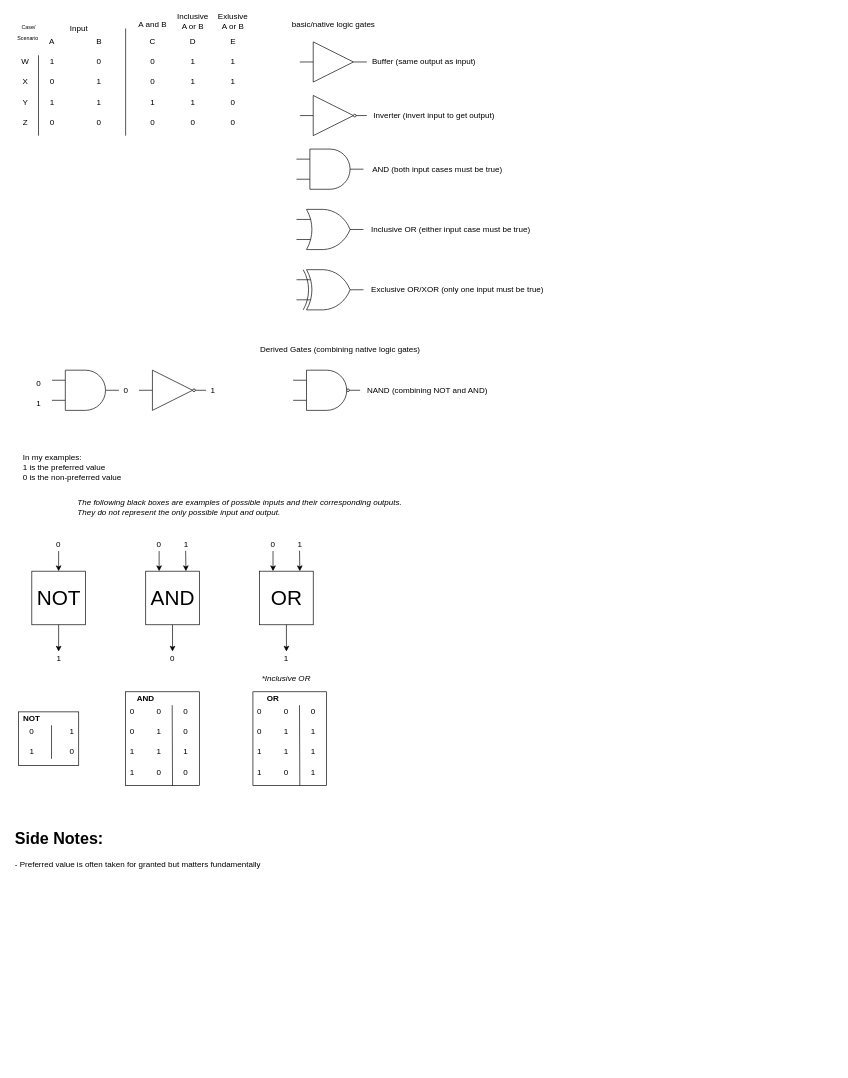
This is CSCS1200 Notes.drawio from patrick965/CSCS1200S21, a draw.io file, before an edit. Source tidied: cells renumbered, new cells numbered last; positions are measured from the earlier drawing's top-left corner, leaving out a move shared by most shapes. Both pictures are drawn from the tidied source at 67%, with x=0, y=0 at pixel (11, 11).
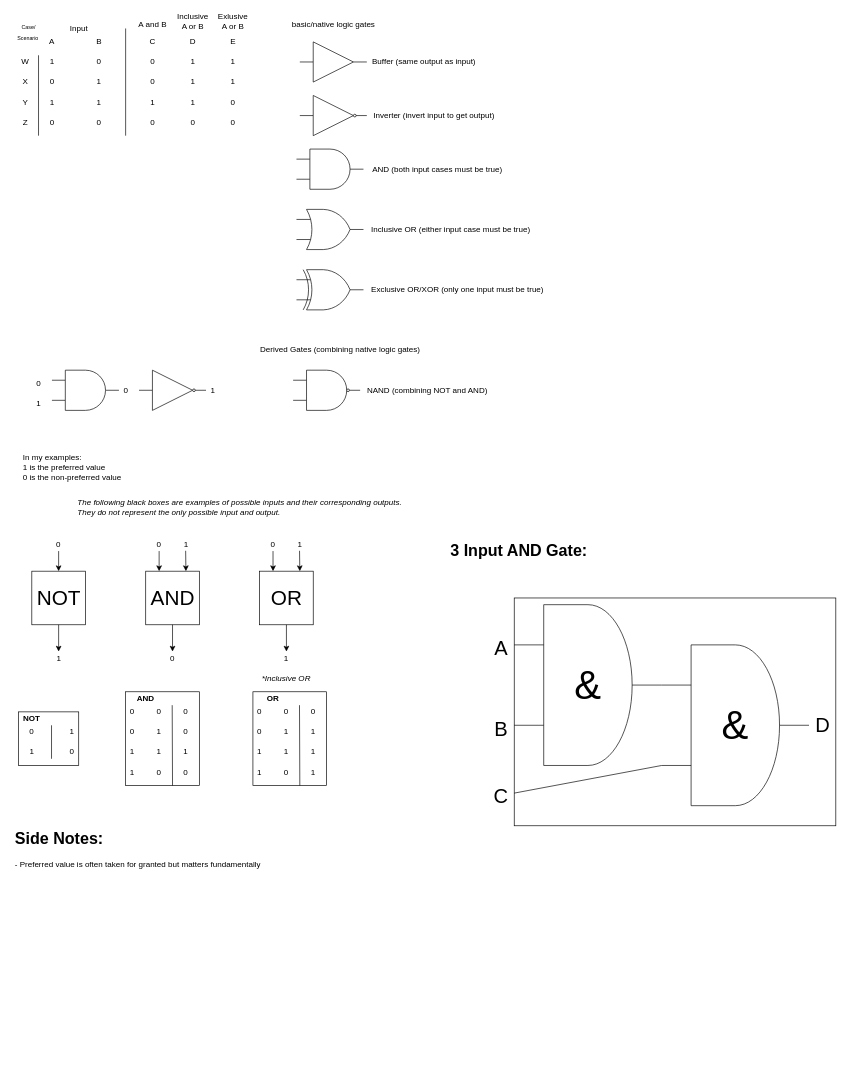
The same page after the edit.

Commit message:
Added 3 input AND gate

What changed in the source:
```diff
@@
+    <mxCell id="121" style="rounded=0;whiteSpace=wrap;html=1;fillColor=none;" parent="1" vertex="1">
+      <mxGeometry x="750" y="875" width="480" height="340" as="geometry" />
+    </mxCell>
@@
     <mxCell id="120" value="&lt;h1&gt;Side Notes:&lt;/h1&gt;&lt;p&gt;- Preferred value is often taken for granted but matters fundamentally&lt;/p&gt;" style="text;html=1;strokeColor=none;fillColor=none;spacing=5;spacingTop=-20;whiteSpace=wrap;overflow=hidden;rounded=0;" parent="1" vertex="1">
-      <mxGeometry y="1215" width="480" height="360" as="geometry" />
+      <mxGeometry y="1215" width="480" height="80" as="geometry" />
     </mxCell>
+    <mxCell id="122" value="&lt;h1&gt;3 Input AND Gate:&lt;/h1&gt;" style="text;html=1;strokeColor=none;fillColor=none;spacing=5;spacingTop=-20;whiteSpace=wrap;overflow=hidden;rounded=0;" parent="1" vertex="1">
+      <mxGeometry x="650" y="785" width="220" height="40" as="geometry" />
+    </mxCell>
+    <mxCell id="123" style="verticalLabelPosition=bottom;shadow=0;dashed=0;align=center;html=1;verticalAlign=top;shape=mxgraph.electrical.logic_gates.logic_gate;operation=and;rounded=0;fillColor=none;" parent="1" vertex="1">
+      <mxGeometry x="750" y="885" width="220" height="240" as="geometry" />
+    </mxCell>
+    <mxCell id="124" value="&lt;font style=&quot;font-size: 30px&quot;&gt;A&lt;/font&gt;" style="text;html=1;align=center;verticalAlign=middle;" parent="1" vertex="1">
+      <mxGeometry x="710" y="935" width="40" height="30" as="geometry" />
+    </mxCell>
+    <mxCell id="125" value="&lt;font style=&quot;font-size: 30px&quot;&gt;B&lt;/font&gt;" style="text;html=1;align=center;verticalAlign=middle;" parent="1" vertex="1">
+      <mxGeometry x="710" y="1055" width="40" height="30" as="geometry" />
+    </mxCell>
+    <mxCell id="126" value="&lt;font style=&quot;font-size: 30px&quot;&gt;C&lt;/font&gt;" style="text;html=1;align=center;verticalAlign=middle;points=[];" parent="1" vertex="1">
+      <mxGeometry x="710" y="1155" width="40" height="30" as="geometry" />
+    </mxCell>
+    <mxCell id="127" style="verticalLabelPosition=bottom;shadow=0;dashed=0;align=center;html=1;verticalAlign=top;shape=mxgraph.electrical.logic_gates.logic_gate;operation=and;rounded=0;fillColor=none;" parent="1" vertex="1">
+      <mxGeometry x="970" y="945" width="220" height="240" as="geometry" />
+    </mxCell>
+    <mxCell id="128" style="endArrow=none;html=1;" parent="1" edge="1" source="126" target="121">
+      <mxGeometry relative="1" as="geometry" />
+    </mxCell>
+    <mxCell id="129" style="endArrow=none;html=1;exitX=0;exitY=0.75;exitDx=0;exitDy=0;exitPerimeter=0;" parent="1" edge="1" source="127" target="126">
+      <mxGeometry relative="1" as="geometry" />
+    </mxCell>
+    <mxCell id="130" value="&lt;font style=&quot;font-size: 30px&quot;&gt;D&lt;/font&gt;" style="text;html=1;align=center;verticalAlign=middle;" parent="1" vertex="1">
+      <mxGeometry x="1190" y="1050" width="40" height="30" as="geometry" />
+    </mxCell>
+    <mxCell id="131" value="&lt;font style=&quot;font-size: 60px&quot;&gt;&amp;amp;&lt;/font&gt;" style="text;html=1;strokeColor=none;fillColor=none;align=center;verticalAlign=middle;whiteSpace=wrap;rounded=0;" parent="1" vertex="1">
+      <mxGeometry x="840" y="995" width="40" height="20" as="geometry" />
+    </mxCell>
+    <mxCell id="132" value="&lt;font style=&quot;font-size: 60px&quot;&gt;&amp;amp;&lt;/font&gt;" style="text;html=1;strokeColor=none;fillColor=none;align=center;verticalAlign=middle;whiteSpace=wrap;rounded=0;" parent="1" vertex="1">
+      <mxGeometry x="1060" y="1055" width="40" height="20" as="geometry" />
+    </mxCell>
```
